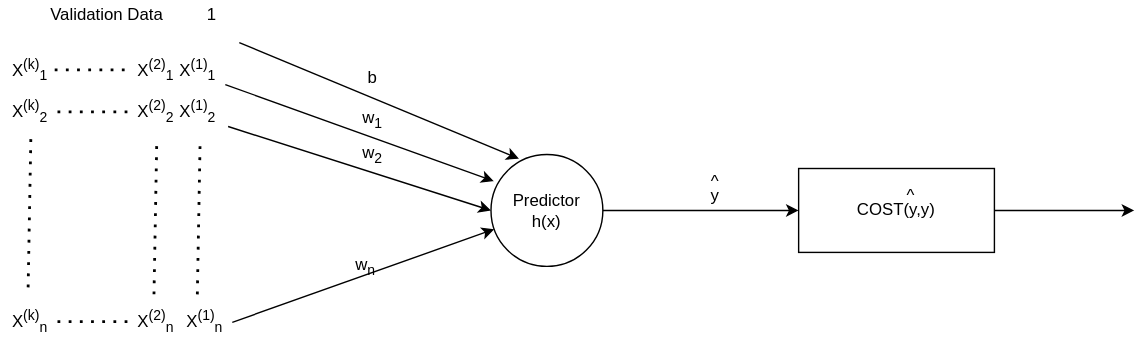
This is assets/images/supervised/ML-validation-linear-network.svg from ronen567/just-the-docs, a draw.io export, as it was before one commit. Source tidied: cells renumbered, new cells last; positions are measured from the earlier drawing's top-left corner, leaving out a move shared by most shapes.
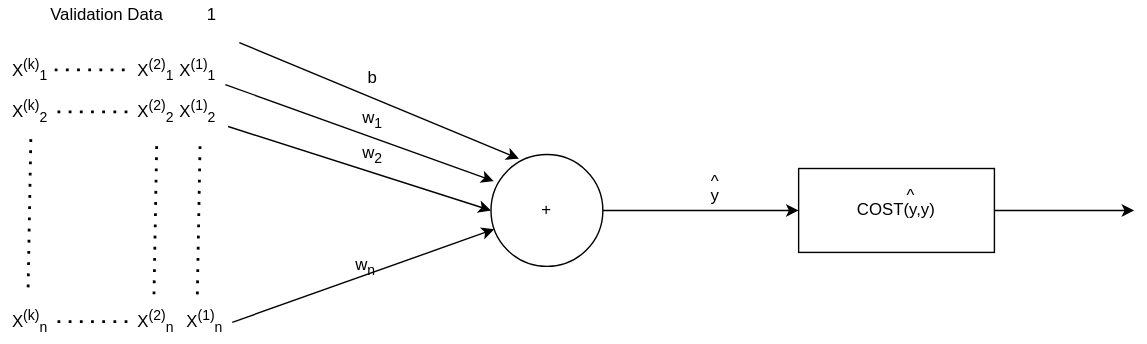
Later version of the same file.

Change to the diagram source:
```diff
@@ -2,7 +2,7 @@
   <root>
     <mxCell id="0" />
     <mxCell id="1" parent="0" />
-    <mxCell id="2" value="Predictor&lt;br&gt;h(x)" style="ellipse;whiteSpace=wrap;html=1;" parent="1" vertex="1">
+    <mxCell id="2" value="+" style="ellipse;whiteSpace=wrap;html=1;" parent="1" vertex="1">
       <mxGeometry x="350" y="110" width="80" height="80" as="geometry" />
     </mxCell>
     <mxCell id="3" style="endArrow=classic;html=1;entryX=0.025;entryY=0.238;entryDx=0;entryDy=0;entryPerimeter=0;exitX=1;exitY=0.833;exitDx=0;exitDy=0;exitPerimeter=0;" parent="1" edge="1" source="8" target="2">
```
